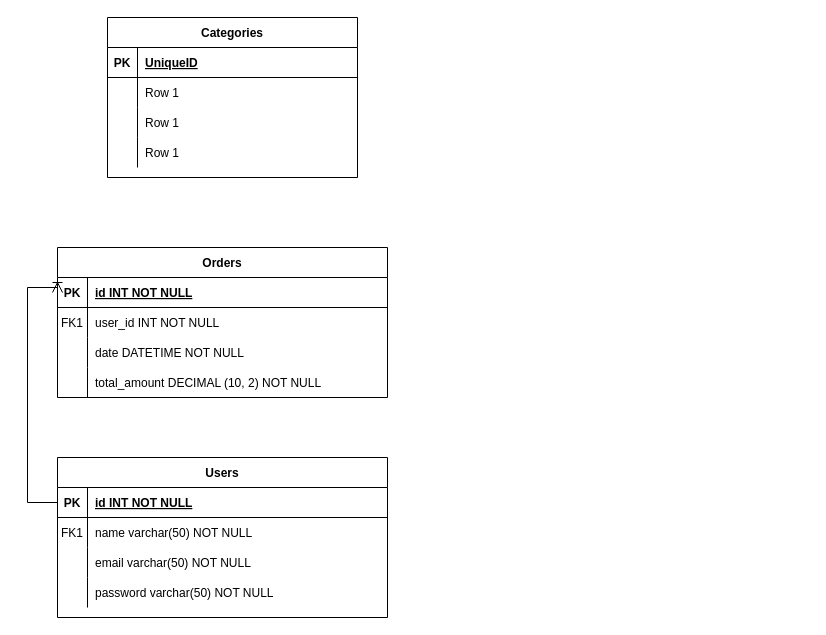
Before: Untitled Diagram.drawio in ksol17/CT-MyFirstRepo, a draw.io diagram. Source tidied: cells renumbered, new cells numbered last; positions are measured from the earlier drawing's top-left corner, leaving out a move shared by most shapes. Both pictures are drawn from the tidied source at 100%, with x=0, y=0 at pixel (27, 17).
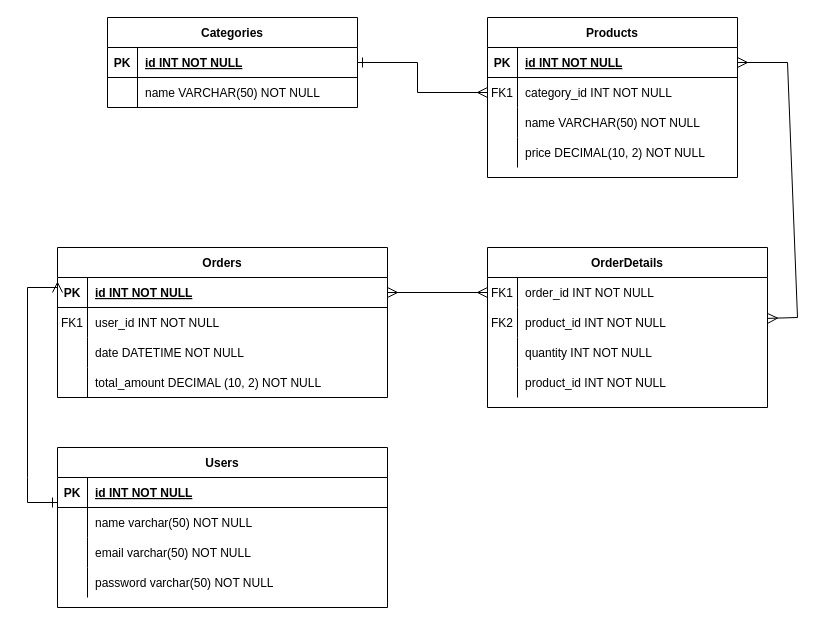
The same page after the edit.

The change refers to these unchanged cells:
```xml
<mxCell id="3" style="shape=partialRectangle;fillColor=none;points=[[0,0.5],[1,0.5]];portConstraint=eastwest;top=0;left=0;right=0;bottom=1;" parent="2" vertex="1">
  <mxGeometry y="30" width="330" height="30" as="geometry" />
</mxCell>
<mxCell id="16" style="shape=partialRectangle;fillColor=none;points=[[0,0.5],[1,0.5]];portConstraint=eastwest;top=0;left=0;right=0;bottom=1;" parent="15" vertex="1">
  <mxGeometry y="30" width="250" height="30" as="geometry" />
</mxCell>
<mxCell id="19" style="shape=partialRectangle;fillColor=none;top=0;left=0;right=0;bottom=0;" parent="15" vertex="1">
  <mxGeometry y="60" width="250" height="30" as="geometry" />
</mxCell>
<mxCell id="30" style="shape=partialRectangle;fillColor=none;points=[[0,0.5],[1,0.5]];portConstraint=eastwest;top=0;left=0;right=0;bottom=1;" parent="29" vertex="1">
  <mxGeometry y="30" width="330" height="30" as="geometry" />
</mxCell>
<mxCell id="33" style="shape=partialRectangle;fillColor=none;top=0;left=0;right=0;bottom=0;" parent="29" vertex="1">
  <mxGeometry y="60" width="330" height="30" as="geometry" />
</mxCell>
```

The edit, as a diff of the source:
```diff
@@
     <mxCell id="15" value="Categories" style="shape=table;startSize=30;childLayout=tableLayout;rowLines=0;fontStyle=1;align=center;" parent="1" vertex="1">
-      <mxGeometry x="80" width="250" height="160" as="geometry" />
+      <mxGeometry x="80" width="250" height="90" as="geometry" />
     </mxCell>
@@
-    <mxCell id="18" value="UniqueID" style="shape=partialRectangle;overflow=hidden;fillColor=none;top=0;left=0;bottom=0;right=0;align=left;spacingLeft=6;fontStyle=5;" parent="16" vertex="1">
+    <mxCell id="18" value="id INT NOT NULL" style="shape=partialRectangle;overflow=hidden;fillColor=none;top=0;left=0;bottom=0;right=0;align=left;spacingLeft=6;fontStyle=5;" parent="16" vertex="1">
       <mxGeometry x="30" width="220" height="30" as="geometry" />
     </mxCell>
@@
-    <mxCell id="21" value="Row 1" style="shape=partialRectangle;overflow=hidden;fillColor=none;top=0;left=0;bottom=0;right=0;align=left;spacingLeft=6;" parent="19" vertex="1">
+    <mxCell id="21" value="name VARCHAR(50) NOT NULL" style="shape=partialRectangle;overflow=hidden;fillColor=none;top=0;left=0;bottom=0;right=0;align=left;spacingLeft=6;" parent="19" vertex="1">
       <mxGeometry x="30" width="220" height="30" as="geometry" />
     </mxCell>
-    <mxCell id="22" style="shape=partialRectangle;fillColor=none;top=0;left=0;right=0;bottom=0;" parent="15" vertex="1">
-      <mxGeometry y="90" width="250" height="30" as="geometry" />
-    </mxCell>
-    <mxCell id="23" style="shape=partialRectangle;overflow=hidden;fillColor=none;top=0;left=0;bottom=0;right=0;" parent="22" vertex="1">
-      <mxGeometry width="30" height="30" as="geometry" />
-    </mxCell>
-    <mxCell id="24" value="Row 1" style="shape=partialRectangle;overflow=hidden;fillColor=none;top=0;left=0;bottom=0;right=0;align=left;spacingLeft=6;" parent="22" vertex="1">
-      <mxGeometry x="30" width="220" height="30" as="geometry" />
-    </mxCell>
-    <mxCell id="25" style="shape=partialRectangle;fillColor=none;top=0;left=0;right=0;bottom=0;" parent="15" vertex="1">
-      <mxGeometry y="120" width="250" height="30" as="geometry" />
-    </mxCell>
-    <mxCell id="26" style="shape=partialRectangle;overflow=hidden;fillColor=none;top=0;left=0;bottom=0;right=0;" parent="25" vertex="1">
-      <mxGeometry width="30" height="30" as="geometry" />
-    </mxCell>
-    <mxCell id="27" value="Row 1" style="shape=partialRectangle;overflow=hidden;fillColor=none;top=0;left=0;bottom=0;right=0;align=left;spacingLeft=6;" parent="25" vertex="1">
-      <mxGeometry x="30" width="220" height="30" as="geometry" />
-    </mxCell>
@@
     <mxCell id="29" value="Users" style="shape=table;startSize=30;childLayout=tableLayout;rowLines=0;fontStyle=1;align=center;" parent="1" vertex="1">
-      <mxGeometry x="30" y="440" width="330" height="160" as="geometry" />
+      <mxGeometry x="30" y="430" width="330" height="160" as="geometry" />
     </mxCell>
@@
-    <mxCell id="34" value="FK1" style="shape=partialRectangle;overflow=hidden;fillColor=none;top=0;left=0;bottom=0;right=0;" parent="33" vertex="1">
+    <mxCell id="34" style="shape=partialRectangle;overflow=hidden;fillColor=none;top=0;left=0;bottom=0;right=0;" parent="33" vertex="1">
       <mxGeometry width="30" height="30" as="geometry" />
     </mxCell>
@@
-    <mxCell id="42" style="edgeStyle=orthogonalEdgeStyle;fontSize=12;html=1;endArrow=ERoneToMany;rounded=0;startSize=8;endSize=8;entryX=0;entryY=0.5;entryDx=0;entryDy=0;" parent="1" edge="1" source="30" target="3">
+    <mxCell id="42" style="edgeStyle=orthogonalEdgeStyle;fontSize=12;html=1;endArrow=ERmany;rounded=0;startSize=8;endSize=8;entryX=0;entryY=0.5;entryDx=0;entryDy=0;startArrow=ERone;startFill=0;endFill=0;" parent="1" edge="1" source="30" target="3">
       <mxGeometry relative="1" as="geometry">
         <Array as="points">
           <mxPoint y="485" />
+          <mxPoint y="460" />
           <mxPoint y="270" />
           <mxPoint x="30" y="270" />
         </Array>
       </mxGeometry>
     </mxCell>
+    <mxCell id="43" value="Products" style="shape=table;startSize=30;childLayout=tableLayout;rowLines=0;fontStyle=1;align=center;" parent="1" vertex="1">
+      <mxGeometry x="460" width="250" height="160" as="geometry" />
+    </mxCell>
+    <mxCell id="44" style="shape=partialRectangle;fillColor=none;points=[[0,0.5],[1,0.5]];portConstraint=eastwest;top=0;left=0;right=0;bottom=1;" parent="43" vertex="1">
+      <mxGeometry y="30" width="250" height="30" as="geometry" />
+    </mxCell>
+    <mxCell id="45" value="PK" style="shape=partialRectangle;overflow=hidden;fillColor=none;top=0;left=0;bottom=0;right=0;fontStyle=1;" parent="44" vertex="1">
+      <mxGeometry width="30" height="30" as="geometry" />
+    </mxCell>
+    <mxCell id="46" value="id INT NOT NULL" style="shape=partialRectangle;overflow=hidden;fillColor=none;top=0;left=0;bottom=0;right=0;align=left;spacingLeft=6;fontStyle=5;" parent="44" vertex="1">
+      <mxGeometry x="30" width="220" height="30" as="geometry" />
+    </mxCell>
+    <mxCell id="47" style="shape=partialRectangle;fillColor=none;points=[[0,0.5],[1,0.5]];portConstraint=eastwest;top=0;left=0;right=0;bottom=0;" parent="43" vertex="1">
+      <mxGeometry y="60" width="250" height="30" as="geometry" />
+    </mxCell>
+    <mxCell id="48" value="FK1" style="shape=partialRectangle;overflow=hidden;fillColor=none;top=0;left=0;bottom=0;right=0;" parent="47" vertex="1">
+      <mxGeometry width="30" height="30" as="geometry" />
+    </mxCell>
+    <mxCell id="49" value="category_id INT NOT NULL" style="shape=partialRectangle;overflow=hidden;fillColor=none;top=0;left=0;bottom=0;right=0;align=left;spacingLeft=6;" parent="47" vertex="1">
+      <mxGeometry x="30" width="220" height="30" as="geometry" />
+    </mxCell>
+    <mxCell id="22" style="shape=partialRectangle;fillColor=none;top=0;left=0;right=0;bottom=0;" parent="43" vertex="1">
+      <mxGeometry y="90" width="250" height="30" as="geometry" />
+    </mxCell>
+    <mxCell id="50" style="shape=partialRectangle;overflow=hidden;fillColor=none;top=0;left=0;bottom=0;right=0;" parent="22" vertex="1">
+      <mxGeometry width="30" height="30" as="geometry" />
+    </mxCell>
+    <mxCell id="51" value="name VARCHAR(50) NOT NULL" style="shape=partialRectangle;overflow=hidden;fillColor=none;top=0;left=0;bottom=0;right=0;align=left;spacingLeft=6;" parent="22" vertex="1">
+      <mxGeometry x="30" width="220" height="30" as="geometry" />
+    </mxCell>
+    <mxCell id="25" style="shape=partialRectangle;fillColor=none;top=0;left=0;right=0;bottom=0;" parent="43" vertex="1">
+      <mxGeometry y="120" width="250" height="30" as="geometry" />
+    </mxCell>
+    <mxCell id="52" style="shape=partialRectangle;overflow=hidden;fillColor=none;top=0;left=0;bottom=0;right=0;" parent="25" vertex="1">
+      <mxGeometry width="30" height="30" as="geometry" />
+    </mxCell>
+    <mxCell id="53" value="price DECIMAL(10, 2) NOT NULL" style="shape=partialRectangle;overflow=hidden;fillColor=none;top=0;left=0;bottom=0;right=0;align=left;spacingLeft=6;" parent="25" vertex="1">
+      <mxGeometry x="30" width="220" height="30" as="geometry" />
+    </mxCell>
+    <mxCell id="54" value="OrderDetails" style="shape=table;startSize=30;childLayout=tableLayout;rowLines=0;fontStyle=1;align=center;" parent="1" vertex="1">
+      <mxGeometry x="460" y="230" width="280" height="160" as="geometry" />
+    </mxCell>
+    <mxCell id="55" style="shape=partialRectangle;fillColor=none;points=[[0,0.5],[1,0.5]];portConstraint=eastwest;top=0;left=0;right=0;bottom=0;" parent="54" vertex="1">
+      <mxGeometry y="30" width="280" height="30" as="geometry" />
+    </mxCell>
+    <mxCell id="56" value="FK1" style="shape=partialRectangle;overflow=hidden;fillColor=none;top=0;left=0;bottom=0;right=0;" parent="55" vertex="1">
+      <mxGeometry width="30" height="30" as="geometry" />
+    </mxCell>
+    <mxCell id="57" value="order_id INT NOT NULL" style="shape=partialRectangle;overflow=hidden;fillColor=none;top=0;left=0;bottom=0;right=0;align=left;spacingLeft=6;" parent="55" vertex="1">
+      <mxGeometry x="30" width="250" height="30" as="geometry" />
+    </mxCell>
+    <mxCell id="58" style="shape=partialRectangle;fillColor=none;points=[[0,0.5],[1,0.5]];portConstraint=eastwest;top=0;left=0;right=0;bottom=0;" parent="54" vertex="1">
+      <mxGeometry y="60" width="280" height="30" as="geometry" />
+    </mxCell>
+    <mxCell id="59" value="FK2" style="shape=partialRectangle;overflow=hidden;fillColor=none;top=0;left=0;bottom=0;right=0;" parent="58" vertex="1">
+      <mxGeometry width="30" height="30" as="geometry" />
+    </mxCell>
+    <mxCell id="60" value="product_id INT NOT NULL" style="shape=partialRectangle;overflow=hidden;fillColor=none;top=0;left=0;bottom=0;right=0;align=left;spacingLeft=6;" parent="58" vertex="1">
+      <mxGeometry x="30" width="250" height="30" as="geometry" />
+    </mxCell>
+    <mxCell id="61" style="shape=partialRectangle;fillColor=none;top=0;left=0;right=0;bottom=0;" parent="54" vertex="1">
+      <mxGeometry y="90" width="280" height="30" as="geometry" />
+    </mxCell>
+    <mxCell id="62" style="shape=partialRectangle;overflow=hidden;fillColor=none;top=0;left=0;bottom=0;right=0;" parent="61" vertex="1">
+      <mxGeometry width="30" height="30" as="geometry" />
+    </mxCell>
+    <mxCell id="63" value="quantity INT NOT NULL" style="shape=partialRectangle;overflow=hidden;fillColor=none;top=0;left=0;bottom=0;right=0;align=left;spacingLeft=6;" parent="61" vertex="1">
+      <mxGeometry x="30" width="250" height="30" as="geometry" />
+    </mxCell>
+    <mxCell id="64" style="shape=partialRectangle;fillColor=none;top=0;left=0;right=0;bottom=0;" parent="54" vertex="1">
+      <mxGeometry y="120" width="280" height="30" as="geometry" />
+    </mxCell>
+    <mxCell id="65" style="shape=partialRectangle;overflow=hidden;fillColor=none;top=0;left=0;bottom=0;right=0;" parent="64" vertex="1">
+      <mxGeometry width="30" height="30" as="geometry" />
+    </mxCell>
+    <mxCell id="66" value="product_id INT NOT NULL" style="shape=partialRectangle;overflow=hidden;fillColor=none;top=0;left=0;bottom=0;right=0;align=left;spacingLeft=6;" parent="64" vertex="1">
+      <mxGeometry x="30" width="250" height="30" as="geometry" />
+    </mxCell>
+    <mxCell id="67" style="edgeStyle=orthogonalEdgeStyle;fontSize=12;html=1;endArrow=ERmany;rounded=0;startSize=8;endSize=8;endFill=0;startArrow=ERone;startFill=0;" parent="1" edge="1" source="16" target="47">
+      <mxGeometry relative="1" as="geometry">
+        <Array as="points">
+          <mxPoint x="390" y="45" />
+          <mxPoint x="390" y="75" />
+        </Array>
+      </mxGeometry>
+    </mxCell>
+    <mxCell id="68" style="fontSize=12;html=1;endArrow=ERmany;startArrow=ERmany;rounded=0;startSize=8;endSize=8;exitX=1;exitY=0.5;exitDx=0;exitDy=0;entryX=0;entryY=0.5;entryDx=0;entryDy=0;" parent="1" edge="1" source="3" target="55">
+      <mxGeometry relative="1" as="geometry" />
+    </mxCell>
+    <mxCell id="69" style="fontSize=12;html=1;endArrow=ERmany;startArrow=ERmany;rounded=0;startSize=8;endSize=8;entryX=1;entryY=0.5;entryDx=0;entryDy=0;" parent="1" edge="1" source="58" target="44">
+      <mxGeometry relative="1" as="geometry">
+        <Array as="points">
+          <mxPoint x="770" y="300" />
+          <mxPoint x="760" y="45" />
+        </Array>
+      </mxGeometry>
+    </mxCell>
```
